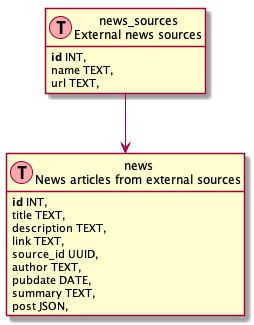
Above: docs/data-model.png in FoxShaunR/WhatInfluence (PlantUML), before the change.
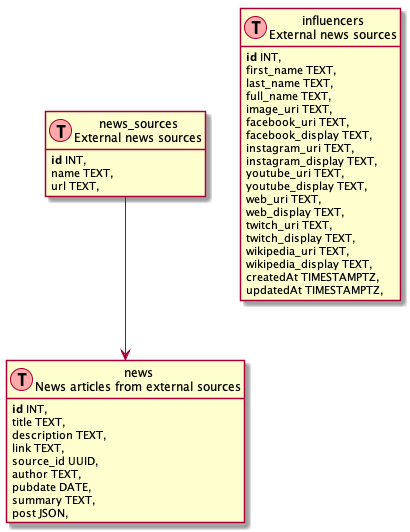
After the commit.

Commit message:
Add influencers to data-model

What changed in the source:
```diff
@@ -20,6 +20,28 @@
   url TEXT,
 }
 
+class influencers as "influencers\nExternal news sources" << (T,#FFAAAA) >> {
+  <b>id</b> INT,
+  first_name TEXT,
+  last_name TEXT,
+  full_name TEXT,
+  image_uri TEXT,
+  facebook_uri TEXT,
+  facebook_display TEXT,
+  instagram_uri TEXT,
+  instagram_display TEXT,
+  youtube_uri TEXT,
+  youtube_display TEXT,
+  web_uri TEXT,
+  web_display TEXT,
+  twitch_uri TEXT,
+  twitch_display TEXT,
+  wikipedia_uri TEXT,
+  wikipedia_display TEXT,
+  createdAt TIMESTAMPTZ,
+  updatedAt TIMESTAMPTZ,
+}
+
 news_sources --> news
 
 @enduml
```
